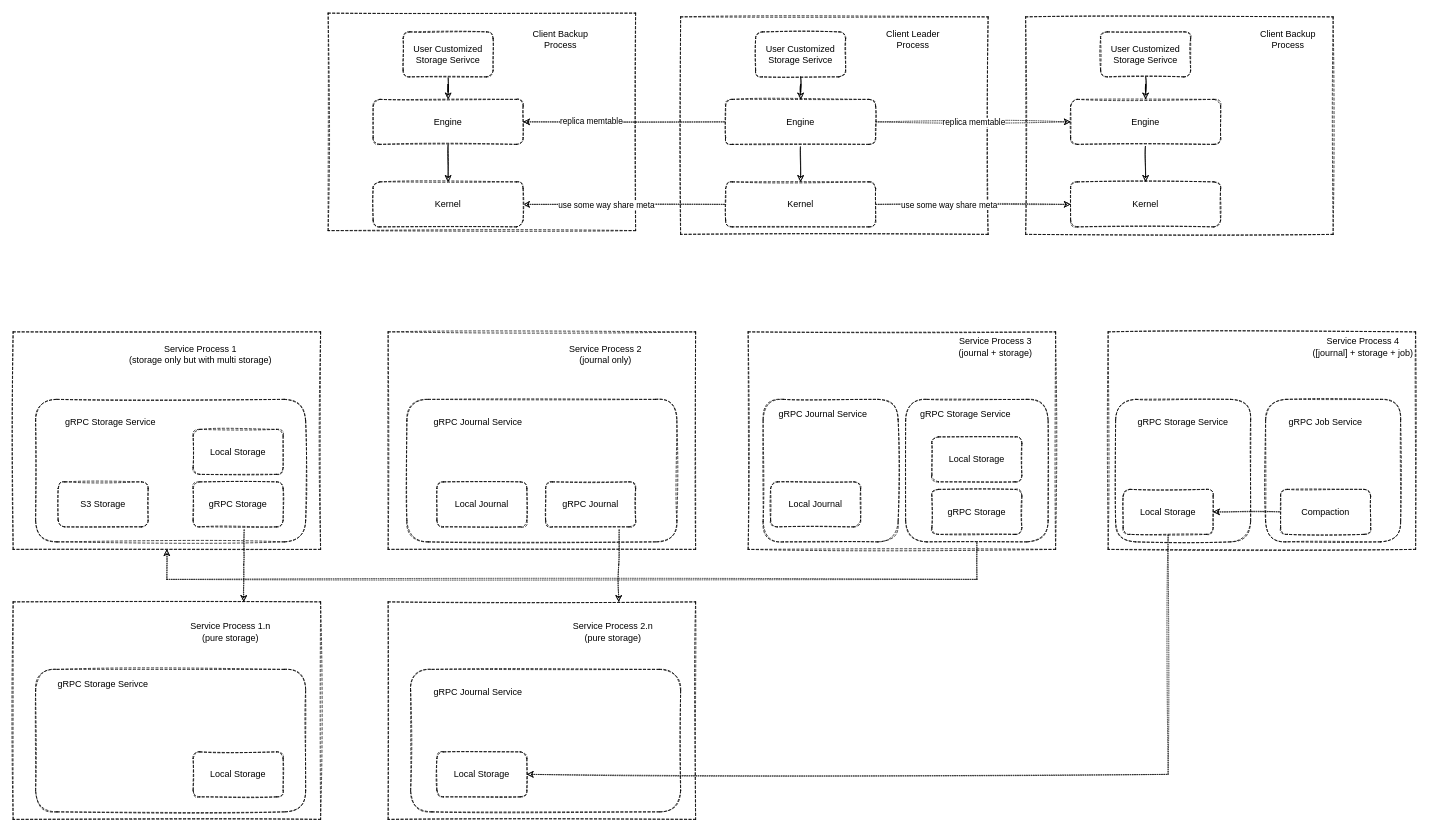
The draw.io diagram ep.drawio in zojw/misc, before the edit. Source tidied: cells renumbered, new cells numbered last; positions are measured from the earlier drawing's top-left corner, leaving out a move shared by most shapes. Both pictures are drawn from the tidied source at 75%, with x=0, y=0 at pixel (13, 13).
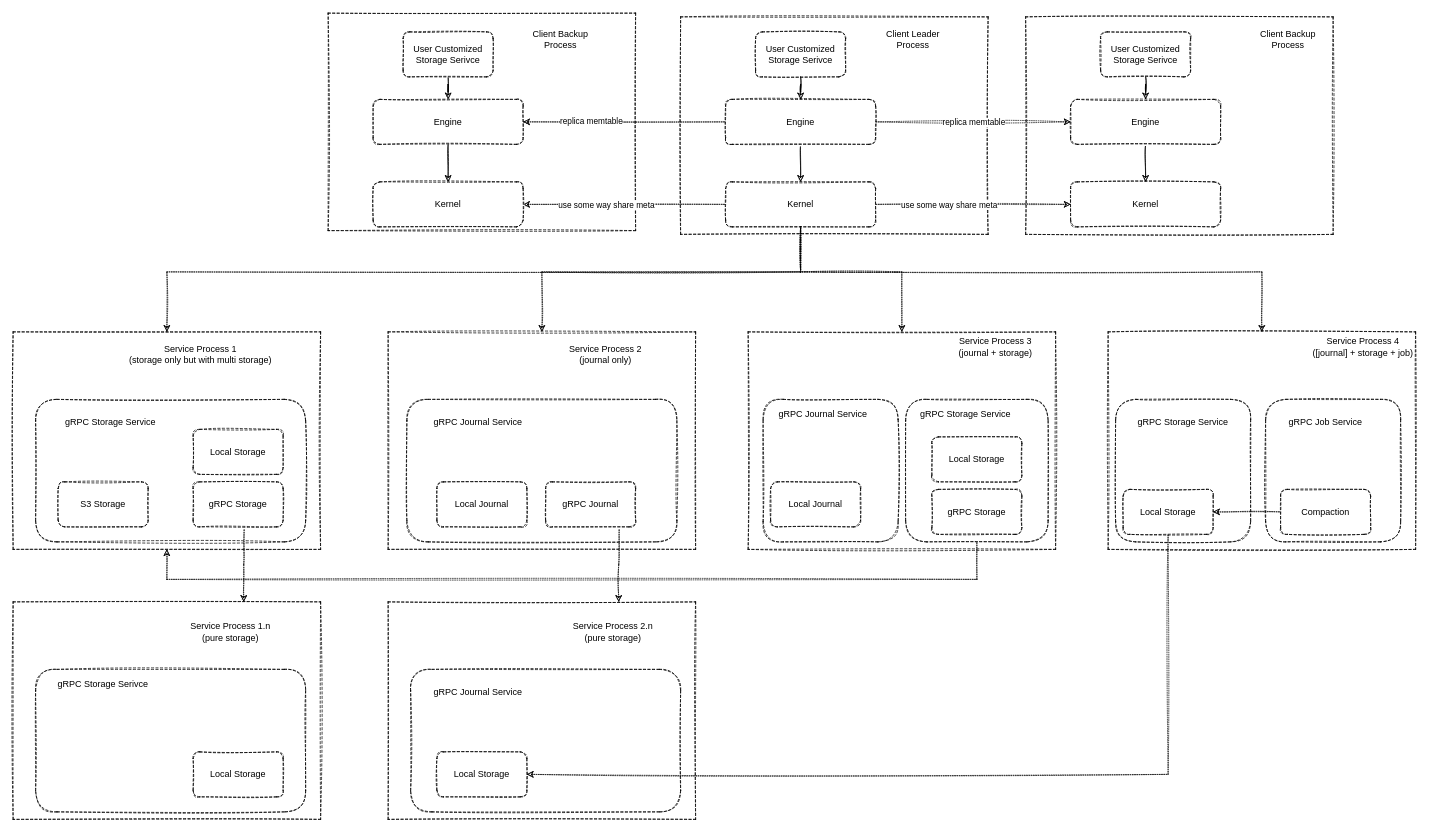
The same page after the edit.

Unchanged cells that the change refers to:
```xml
<mxCell id="3" value="Kernel" style="rounded=1;whiteSpace=wrap;html=1;dashed=1;sketch=1;" parent="1" vertex="1">
  <mxGeometry x="950" y="225" width="200" height="60" as="geometry" />
</mxCell>
<mxCell id="4" style="whiteSpace=wrap;html=1;dashed=1;sketch=1;" parent="1" vertex="1">
  <mxGeometry x="500" y="425" width="410" height="290" as="geometry" />
</mxCell>
<mxCell id="5" style="whiteSpace=wrap;html=1;dashed=1;sketch=1;" parent="1" vertex="1">
  <mxGeometry y="425" width="410" height="290" as="geometry" />
</mxCell>
<mxCell id="49" style="whiteSpace=wrap;html=1;dashed=1;sketch=1;" parent="1" vertex="1">
  <mxGeometry x="980" y="425" width="410" height="290" as="geometry" />
</mxCell>
<mxCell id="57" style="whiteSpace=wrap;html=1;dashed=1;sketch=1;" parent="1" vertex="1">
  <mxGeometry x="1460" y="425" width="410" height="290" as="geometry" />
</mxCell>
```

What changed in the source:
```diff
@@
+    <mxCell id="76" style="edgeStyle=orthogonalEdgeStyle;rounded=0;sketch=1;jettySize=auto;html=1;entryX=0.5;entryY=1;entryDx=0;entryDy=0;dashed=1;dashPattern=1 2;startArrow=classic;startFill=1;endArrow=none;endFill=0;" parent="1" edge="1" source="4" target="3">
+      <mxGeometry relative="1" as="geometry">
+        <Array as="points">
+          <mxPoint x="705" y="345" />
+          <mxPoint x="1050" y="345" />
+        </Array>
+      </mxGeometry>
+    </mxCell>
@@
+    <mxCell id="77" style="edgeStyle=orthogonalEdgeStyle;rounded=0;sketch=1;jettySize=auto;html=1;dashed=1;dashPattern=1 2;startArrow=classic;startFill=1;endArrow=none;endFill=0;" parent="1" edge="1" source="5" target="3">
+      <mxGeometry relative="1" as="geometry">
+        <Array as="points">
+          <mxPoint x="205" y="345" />
+          <mxPoint x="1050" y="345" />
+        </Array>
+      </mxGeometry>
+    </mxCell>
@@
+    <mxCell id="78" style="edgeStyle=orthogonalEdgeStyle;rounded=0;sketch=1;jettySize=auto;html=1;dashed=1;dashPattern=1 2;startArrow=classic;startFill=1;endArrow=none;endFill=0;" parent="1" edge="1" source="49" target="3">
+      <mxGeometry relative="1" as="geometry">
+        <Array as="points">
+          <mxPoint x="1185" y="345" />
+          <mxPoint x="1050" y="345" />
+        </Array>
+      </mxGeometry>
+    </mxCell>
@@
+    <mxCell id="79" style="edgeStyle=orthogonalEdgeStyle;rounded=0;sketch=1;jettySize=auto;html=1;dashed=1;dashPattern=1 2;startArrow=classic;startFill=1;endArrow=none;endFill=0;" parent="1" edge="1" source="57" target="3">
+      <mxGeometry relative="1" as="geometry">
+        <Array as="points">
+          <mxPoint x="1665" y="345" />
+          <mxPoint x="1050" y="345" />
+        </Array>
+      </mxGeometry>
+    </mxCell>
```
